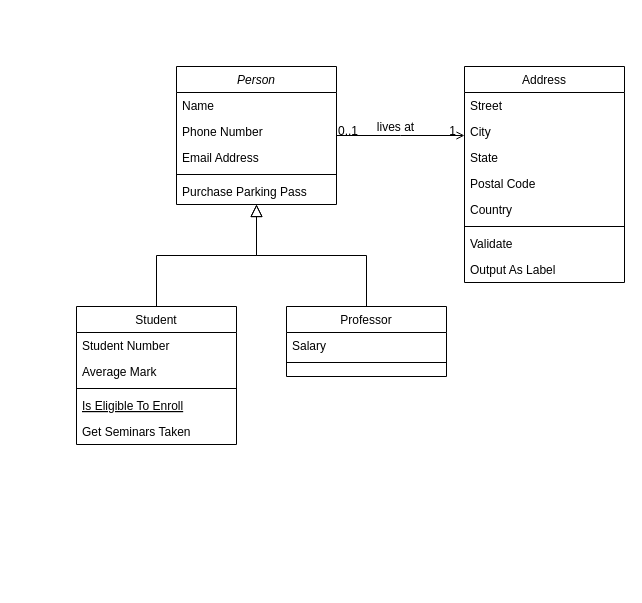
Above: Untitled Diagram.drawio in pardaad/tc (draw.io), before the change. Source tidied: cells renumbered, new cells numbered last; positions are measured from the earlier drawing's top-left corner, leaving out a move shared by most shapes. Both pictures are drawn from the tidied source at 100%, with x=0, y=0 at pixel (76, 66).
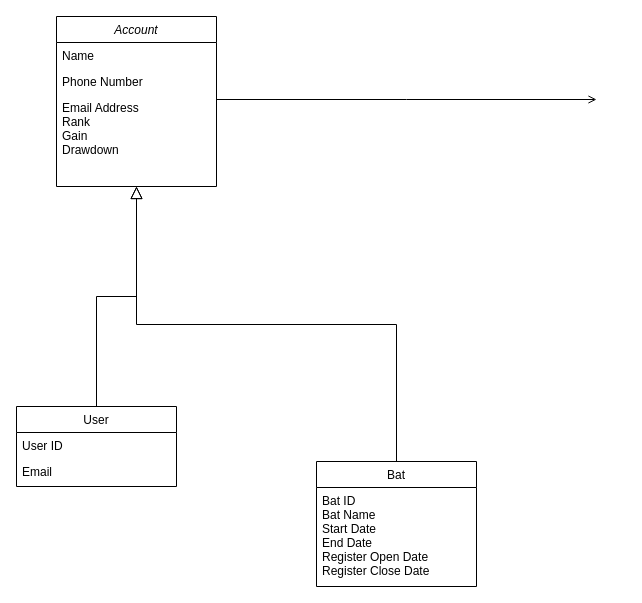
The same diagram, later.

Change to the diagram source:
```diff
@@
-    <mxCell id="2" value="Person" style="swimlane;fontStyle=2;align=center;verticalAlign=top;horizontal=1;startSize=26;rounded=0;shadow=0;strokeWidth=1;" parent="1" vertex="1">
-      <mxGeometry x="100" width="160" height="138" as="geometry" />
+    <mxCell id="2" value="Account" style="swimlane;fontStyle=2;align=center;verticalAlign=top;horizontal=1;startSize=26;rounded=0;shadow=0;strokeWidth=1;" parent="1" vertex="1">
+      <mxGeometry x="-20" y="-50" width="160" height="170" as="geometry" />
     </mxCell>
@@
-    <mxCell id="5" value="Email Address" style="text;align=left;verticalAlign=top;spacingLeft=4;spacingRight=4;overflow=hidden;rounded=0;shadow=0;html=0;" parent="2" vertex="1">
-      <mxGeometry y="78" width="160" height="26" as="geometry" />
+    <mxCell id="5" value="Email Address&#10;Rank&#10;Gain&#10;Drawdown" style="text;align=left;verticalAlign=top;spacingLeft=4;spacingRight=4;overflow=hidden;rounded=0;shadow=0;html=0;" parent="2" vertex="1">
+      <mxGeometry y="78" width="160" height="92" as="geometry" />
     </mxCell>
-    <mxCell id="6" style="line;html=1;strokeWidth=1;align=left;verticalAlign=middle;spacingTop=-1;spacingLeft=3;spacingRight=3;labelPosition=right;" parent="2" vertex="1">
-      <mxGeometry y="104" width="160" height="8" as="geometry" />
-    </mxCell>
-    <mxCell id="7" value="Purchase Parking Pass" style="text;align=left;verticalAlign=top;spacingLeft=4;spacingRight=4;overflow=hidden;" parent="2" vertex="1">
-      <mxGeometry y="112" width="160" height="26" as="geometry" />
-    </mxCell>
-    <mxCell id="8" value="Student" style="swimlane;fontStyle=0;align=center;verticalAlign=top;horizontal=1;startSize=26;rounded=0;shadow=0;strokeWidth=1;" parent="1" vertex="1">
-      <mxGeometry y="240" width="160" height="138" as="geometry" />
+    <mxCell id="8" value="User" style="swimlane;fontStyle=0;align=center;verticalAlign=top;horizontal=1;startSize=26;rounded=0;shadow=0;strokeWidth=1;" parent="1" vertex="1">
+      <mxGeometry x="-60" y="340" width="160" height="80" as="geometry" />
     </mxCell>
-    <mxCell id="9" value="Student Number" style="text;align=left;verticalAlign=top;spacingLeft=4;spacingRight=4;overflow=hidden;" parent="8" vertex="1">
+    <mxCell id="9" value="User ID" style="text;align=left;verticalAlign=top;spacingLeft=4;spacingRight=4;overflow=hidden;" parent="8" vertex="1">
       <mxGeometry y="26" width="160" height="26" as="geometry" />
     </mxCell>
-    <mxCell id="10" value="Average Mark" style="text;align=left;verticalAlign=top;spacingLeft=4;spacingRight=4;overflow=hidden;rounded=0;shadow=0;html=0;" parent="8" vertex="1">
+    <mxCell id="10" value="Email" style="text;align=left;verticalAlign=top;spacingLeft=4;spacingRight=4;overflow=hidden;rounded=0;shadow=0;html=0;" parent="8" vertex="1">
       <mxGeometry y="52" width="160" height="26" as="geometry" />
     </mxCell>
-    <mxCell id="11" style="line;html=1;strokeWidth=1;align=left;verticalAlign=middle;spacingTop=-1;spacingLeft=3;spacingRight=3;labelPosition=right;" parent="8" vertex="1">
-      <mxGeometry y="78" width="160" height="8" as="geometry" />
-    </mxCell>
-    <mxCell id="12" value="Is Eligible To Enroll" style="text;align=left;verticalAlign=top;spacingLeft=4;spacingRight=4;overflow=hidden;fontStyle=4;" parent="8" vertex="1">
-      <mxGeometry y="86" width="160" height="26" as="geometry" />
-    </mxCell>
-    <mxCell id="13" value="Get Seminars Taken" style="text;align=left;verticalAlign=top;spacingLeft=4;spacingRight=4;overflow=hidden;" parent="8" vertex="1">
-      <mxGeometry y="112" width="160" height="26" as="geometry" />
-    </mxCell>
@@
-    <mxCell id="15" value="Professor" style="swimlane;fontStyle=0;align=center;verticalAlign=top;horizontal=1;startSize=26;rounded=0;shadow=0;strokeWidth=1;" parent="1" vertex="1">
-      <mxGeometry x="210" y="240" width="160" height="70" as="geometry" />
+    <mxCell id="15" value="Bat" style="swimlane;fontStyle=0;align=center;verticalAlign=top;horizontal=1;startSize=26;rounded=0;shadow=0;strokeWidth=1;" parent="1" vertex="1">
+      <mxGeometry x="240" y="395" width="160" height="125" as="geometry" />
     </mxCell>
-    <mxCell id="16" value="Salary" style="text;align=left;verticalAlign=top;spacingLeft=4;spacingRight=4;overflow=hidden;" parent="15" vertex="1">
-      <mxGeometry y="26" width="160" height="26" as="geometry" />
+    <mxCell id="16" value="Bat ID&#10;Bat Name&#10;Start Date&#10;End Date&#10;Register Open Date&#10;Register Close Date" style="text;align=left;verticalAlign=top;spacingLeft=4;spacingRight=4;overflow=hidden;" parent="15" vertex="1">
+      <mxGeometry y="26" width="160" height="94" as="geometry" />
     </mxCell>
-    <mxCell id="17" style="line;html=1;strokeWidth=1;align=left;verticalAlign=middle;spacingTop=-1;spacingLeft=3;spacingRight=3;labelPosition=right;" parent="15" vertex="1">
-      <mxGeometry y="52" width="160" height="8" as="geometry" />
-    </mxCell>
@@
-    <mxCell id="19" value="Address" style="swimlane;fontStyle=0;align=center;verticalAlign=top;horizontal=1;startSize=26;rounded=0;shadow=0;strokeWidth=1;" parent="1" vertex="1">
-      <mxGeometry x="388" width="160" height="216" as="geometry" />
-    </mxCell>
-    <mxCell id="20" value="Street" style="text;align=left;verticalAlign=top;spacingLeft=4;spacingRight=4;overflow=hidden;" parent="19" vertex="1">
-      <mxGeometry y="26" width="160" height="26" as="geometry" />
-    </mxCell>
-    <mxCell id="21" value="City" style="text;align=left;verticalAlign=top;spacingLeft=4;spacingRight=4;overflow=hidden;rounded=0;shadow=0;html=0;" parent="19" vertex="1">
-      <mxGeometry y="52" width="160" height="26" as="geometry" />
-    </mxCell>
-    <mxCell id="22" value="State" style="text;align=left;verticalAlign=top;spacingLeft=4;spacingRight=4;overflow=hidden;rounded=0;shadow=0;html=0;" parent="19" vertex="1">
-      <mxGeometry y="78" width="160" height="26" as="geometry" />
-    </mxCell>
-    <mxCell id="23" value="Postal Code" style="text;align=left;verticalAlign=top;spacingLeft=4;spacingRight=4;overflow=hidden;rounded=0;shadow=0;html=0;" parent="19" vertex="1">
-      <mxGeometry y="104" width="160" height="26" as="geometry" />
-    </mxCell>
-    <mxCell id="24" value="Country" style="text;align=left;verticalAlign=top;spacingLeft=4;spacingRight=4;overflow=hidden;rounded=0;shadow=0;html=0;" parent="19" vertex="1">
-      <mxGeometry y="130" width="160" height="26" as="geometry" />
-    </mxCell>
-    <mxCell id="25" style="line;html=1;strokeWidth=1;align=left;verticalAlign=middle;spacingTop=-1;spacingLeft=3;spacingRight=3;labelPosition=right;" parent="19" vertex="1">
-      <mxGeometry y="156" width="160" height="8" as="geometry" />
-    </mxCell>
-    <mxCell id="26" value="Validate" style="text;align=left;verticalAlign=top;spacingLeft=4;spacingRight=4;overflow=hidden;" parent="19" vertex="1">
-      <mxGeometry y="164" width="160" height="26" as="geometry" />
-    </mxCell>
-    <mxCell id="27" value="Output As Label" style="text;align=left;verticalAlign=top;spacingLeft=4;spacingRight=4;overflow=hidden;" parent="19" vertex="1">
-      <mxGeometry y="190" width="160" height="26" as="geometry" />
-    </mxCell>
-    <mxCell id="28" style="endArrow=open;shadow=0;strokeWidth=1;rounded=0;endFill=1;edgeStyle=elbowEdgeStyle;elbow=vertical;" parent="1" edge="1" source="2" target="19">
+    <mxCell id="28" style="endArrow=open;shadow=0;strokeWidth=1;rounded=0;endFill=1;edgeStyle=elbowEdgeStyle;elbow=vertical;" parent="1" edge="1" source="2">
       <mxGeometry x="0.5" y="41" relative="1" as="geometry">
+        <mxPoint x="520" y="33" as="targetPoint" />
         <mxPoint x="-40" y="32" as="offset" />
       </mxGeometry>
     </mxCell>
-    <mxCell id="29" value="0..1" style="align=left;verticalAlign=bottom;labelBackgroundColor=none;fontSize=12;" parent="28" vertex="1">
-      <mxGeometry x="-1" relative="1" as="geometry">
-        <mxPoint y="4" as="offset" />
-      </mxGeometry>
-    </mxCell>
-    <mxCell id="30" value="1" style="align=right;verticalAlign=bottom;labelBackgroundColor=none;fontSize=12;" parent="28" vertex="1">
-      <mxGeometry x="1" relative="1" as="geometry">
-        <mxPoint x="-7" y="4" as="offset" />
-      </mxGeometry>
-    </mxCell>
-    <mxCell id="31" value="lives at" style="text;html=1;align=center;verticalAlign=middle;labelBackgroundColor=none;rounded=0;shadow=0;strokeWidth=1;fontSize=12;" parent="28" vertex="1">
-      <mxGeometry x="0.5" y="49" relative="1" as="geometry">
-        <mxPoint x="-38" y="40" as="offset" />
-      </mxGeometry>
-    </mxCell>
```
